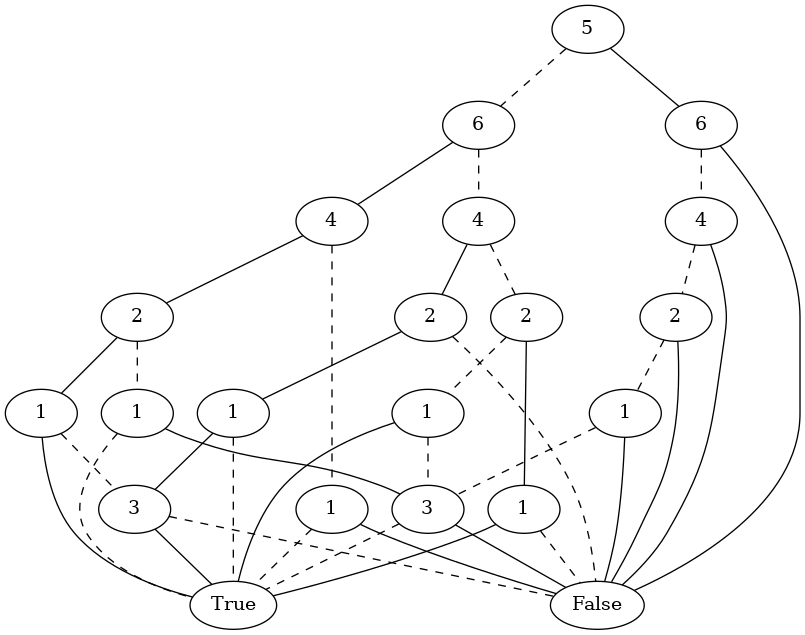
The Graphviz diagram graph_image/compressed_bdd_tree_3.gv.png in khiem2105/ROBDD, before a commit. Its source is kept beside it as graph_image/compressed_bdd_tree_3.gv.
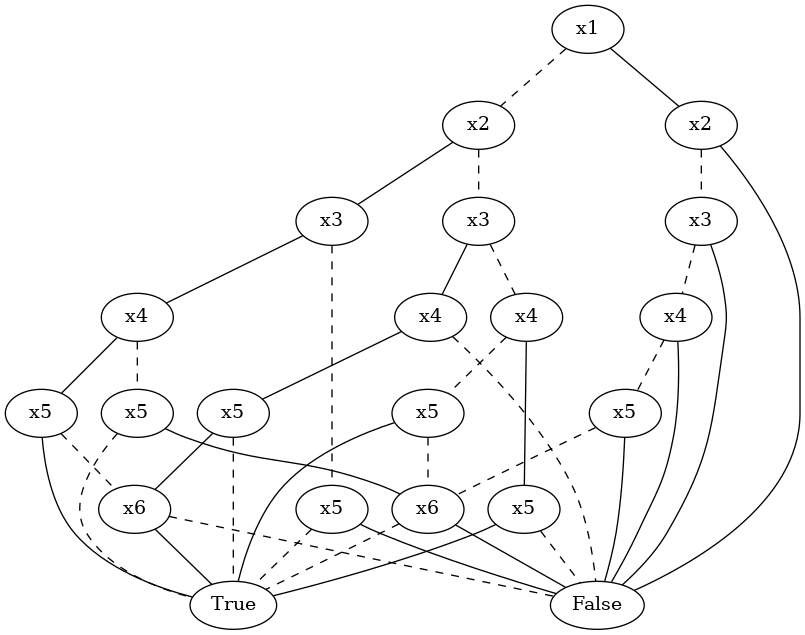
After the change.

Change to the diagram source:
```diff
@@ -1,61 +1,61 @@
 graph compressed_bdd_tree_3 {
-	140569657100608 [label=5]
-	140569656800544 [label=6]
-	140569657100608 -- 140569656800544 [style=dashed]
-	140569656802224 [label=4]
-	140569656800544 -- 140569656802224 [style=dashed]
-	140569656801504 [label=2]
-	140569656802224 -- 140569656801504 [style=dashed]
-	140569656801696 [label=1]
-	140569656801504 -- 140569656801696 [style=dashed]
-	140569656754672 [label=3]
-	140569656801696 -- 140569656754672 [style=dashed]
-	140569656755488 [label=True]
-	140569656754672 -- 140569656755488 [style=dashed]
-	140569656755680 [label=False]
-	140569656754672 -- 140569656755680
-	140569656801696 -- 140569656755488
-	140569656799680 [label=1]
-	140569656801504 -- 140569656799680
-	140569656799680 -- 140569656755680 [style=dashed]
-	140569656799680 -- 140569656755488
-	140569656799440 [label=2]
-	140569656802224 -- 140569656799440
-	140569656799440 -- 140569656755680 [style=dashed]
-	140569656805552 [label=1]
-	140569656799440 -- 140569656805552
-	140569656805552 -- 140569656755488 [style=dashed]
-	140569656756544 [label=3]
-	140569656805552 -- 140569656756544
-	140569656756544 -- 140569656755680 [style=dashed]
-	140569656756544 -- 140569656755488
-	140569656807040 [label=4]
-	140569656800544 -- 140569656807040
-	140569656835568 [label=1]
-	140569656807040 -- 140569656835568 [style=dashed]
-	140569656835568 -- 140569656755488 [style=dashed]
-	140569656835568 -- 140569656755680
-	140569656833648 [label=2]
-	140569656807040 -- 140569656833648
-	140569656851520 [label=1]
-	140569656833648 -- 140569656851520 [style=dashed]
-	140569656851520 -- 140569656755488 [style=dashed]
-	140569656851520 -- 140569656754672
-	140569656851616 [label=1]
-	140569656833648 -- 140569656851616
-	140569656851616 -- 140569656756544 [style=dashed]
-	140569656851616 -- 140569656755488
-	140569656806032 [label=6]
-	140569657100608 -- 140569656806032
-	140569656849600 [label=4]
-	140569656806032 -- 140569656849600 [style=dashed]
-	140569657053728 [label=2]
-	140569656849600 -- 140569657053728 [style=dashed]
-	140569656849216 [label=1]
-	140569657053728 -- 140569656849216 [style=dashed]
-	140569656849216 -- 140569656754672 [style=dashed]
-	140569656849216 -- 140569656755680
-	140569657053728 -- 140569656755680
-	140569656849600 -- 140569656755680
-	140569656806032 -- 140569656755680
+	140331402095248 [label=x1]
+	140331402160832 [label=x2]
+	140331402095248 -- 140331402160832 [style=dashed]
+	140331402161024 [label=x3]
+	140331402160832 -- 140331402161024 [style=dashed]
+	140331402160736 [label=x4]
+	140331402161024 -- 140331402160736 [style=dashed]
+	140331402159392 [label=x5]
+	140331402160736 -- 140331402159392 [style=dashed]
+	140331402159584 [label=x6]
+	140331402159392 -- 140331402159584 [style=dashed]
+	140331402159296 [label=True]
+	140331402159584 -- 140331402159296 [style=dashed]
+	140331402158384 [label=False]
+	140331402159584 -- 140331402158384
+	140331402159392 -- 140331402159296
+	140331402158768 [label=x5]
+	140331402160736 -- 140331402158768
+	140331402158768 -- 140331402158384 [style=dashed]
+	140331402158768 -- 140331402159296
+	140331402153888 [label=x4]
+	140331402161024 -- 140331402153888
+	140331402153888 -- 140331402158384 [style=dashed]
+	140331402120496 [label=x5]
+	140331402153888 -- 140331402120496
+	140331402120496 -- 140331402159296 [style=dashed]
+	140331402117712 [label=x6]
+	140331402120496 -- 140331402117712
+	140331402117712 -- 140331402158384 [style=dashed]
+	140331402117712 -- 140331402159296
+	140331402151872 [label=x3]
+	140331402160832 -- 140331402151872
+	140331402194224 [label=x5]
+	140331402151872 -- 140331402194224 [style=dashed]
+	140331402194224 -- 140331402159296 [style=dashed]
+	140331402194224 -- 140331402158384
+	140331402192880 [label=x4]
+	140331402151872 -- 140331402192880
+	140331402191680 [label=x5]
+	140331402192880 -- 140331402191680 [style=dashed]
+	140331402191680 -- 140331402159296 [style=dashed]
+	140331402191680 -- 140331402159584
+	140331376564064 [label=x5]
+	140331402192880 -- 140331376564064
+	140331376564064 -- 140331402117712 [style=dashed]
+	140331376564064 -- 140331402159296
+	140331402118096 [label=x2]
+	140331402095248 -- 140331402118096
+	140331376562768 [label=x3]
+	140331402118096 -- 140331376562768 [style=dashed]
+	140331376564976 [label=x4]
+	140331376562768 -- 140331376564976 [style=dashed]
+	140331376565168 [label=x5]
+	140331376564976 -- 140331376565168 [style=dashed]
+	140331376565168 -- 140331402159584 [style=dashed]
+	140331376565168 -- 140331402158384
+	140331376564976 -- 140331402158384
+	140331376562768 -- 140331402158384
+	140331402118096 -- 140331402158384
 }
```
